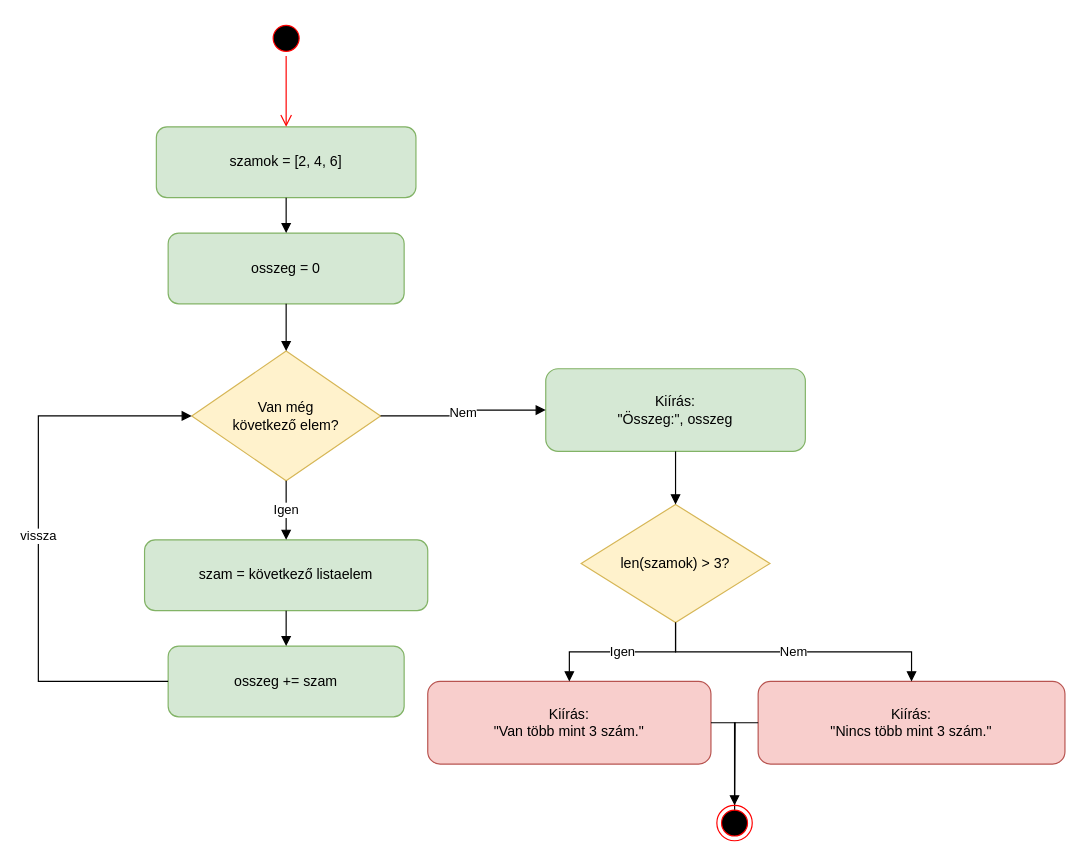
Above: zh_i_uml_b_valtozat.drawio in Pilu110/diagramok_2 (draw.io), before the change. Source tidied: cells renumbered, new cells numbered last; positions are measured from the earlier drawing's top-left corner, leaving out a move shared by most shapes. Both pictures are drawn from the tidied source at 118%, with x=0, y=0 at pixel (38, 20).
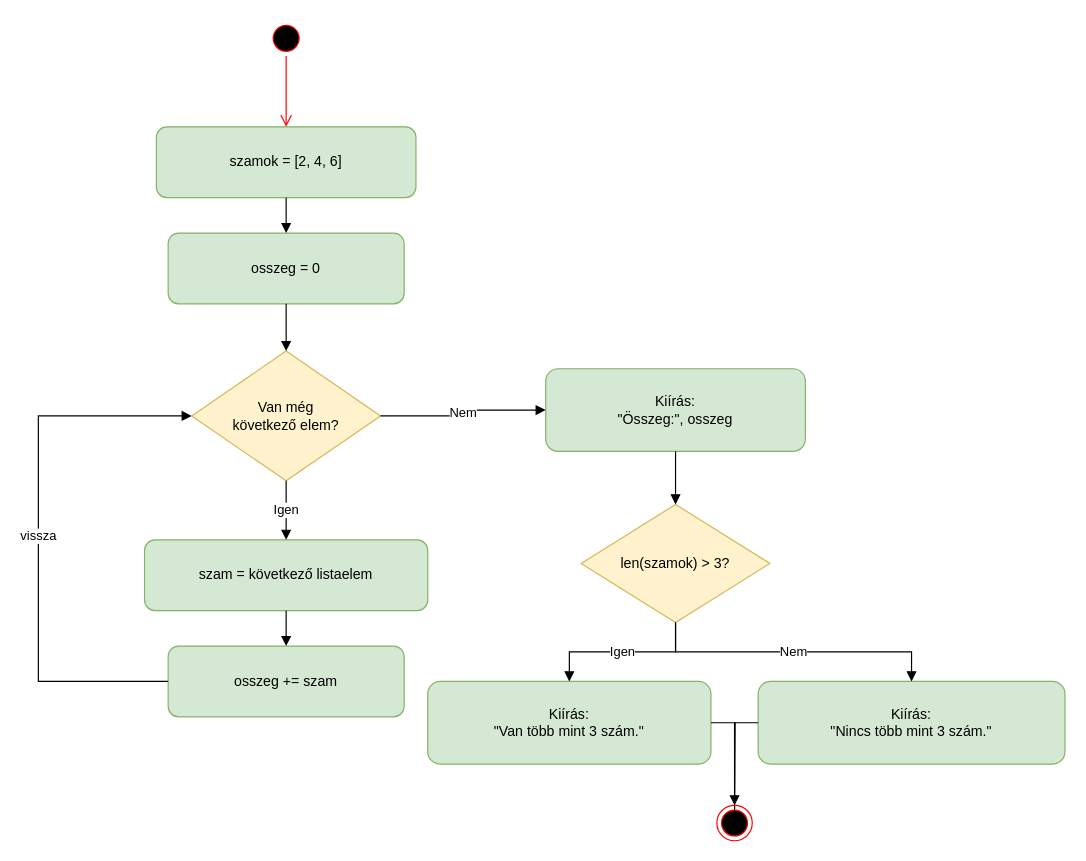
The same page after the edit.

The edit, as a diff of the source:
```diff
@@
-    <mxCell id="9" value="Kiírás:&#10;&quot;Van több mint 3 szám.&quot;" style="rounded=1;whiteSpace=wrap;html=1;fillColor=#f8cecc;strokeColor=#b85450;" parent="1" vertex="1">
+    <mxCell id="9" value="Kiírás:&#10;&quot;Van több mint 3 szám.&quot;" style="rounded=1;whiteSpace=wrap;html=1;fillColor=#d5e8d4;strokeColor=#82b366;" parent="1" vertex="1">
       <mxGeometry x="330" y="560" width="240" height="70" as="geometry" />
     </mxCell>
-    <mxCell id="10" value="Kiírás:&#10;&quot;Nincs több mint 3 szám.&quot;" style="rounded=1;whiteSpace=wrap;html=1;fillColor=#f8cecc;strokeColor=#b85450;" parent="1" vertex="1">
+    <mxCell id="10" value="Kiírás:&#10;&quot;Nincs több mint 3 szám.&quot;" style="rounded=1;whiteSpace=wrap;html=1;fillColor=#d5e8d4;strokeColor=#82b366;" parent="1" vertex="1">
       <mxGeometry x="610" y="560" width="260" height="70" as="geometry" />
     </mxCell>
```
